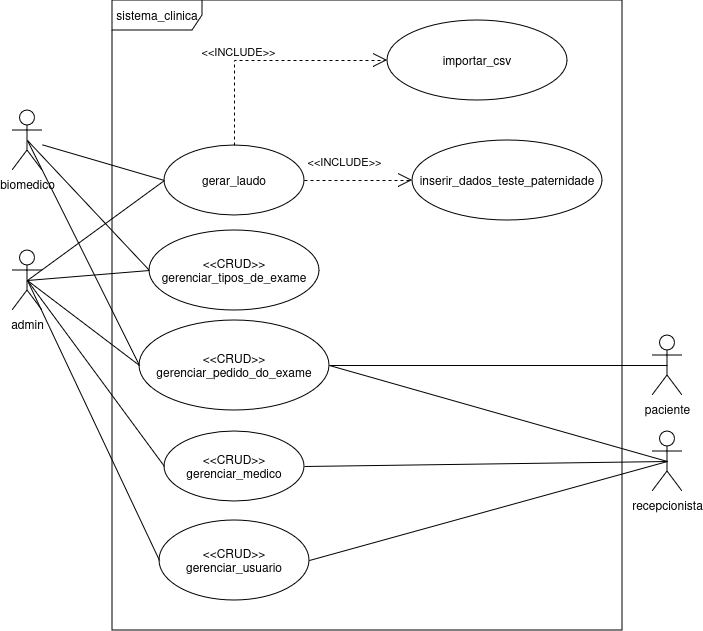
Earlier version of the draw.io export docs/img/diagramas/caso_de_uso.png (UniFil-NPI/ProjetoAnalisesClinicas). Source tidied: cells renumbered, new cells last; positions are measured from the earlier drawing's top-left corner, leaving out a move shared by most shapes. The source it was exported from:
```xml
<mxGraphModel background="#ffffff">
  <root>
    <mxCell id="0" />
    <mxCell id="1" parent="0" />
    <mxCell id="2" value="paciente" style="shape=umlActor;verticalLabelPosition=bottom;verticalAlign=top;html=1;labelBackgroundColor=none;shadow=0;" parent="1" vertex="1">
      <mxGeometry x="640" y="335" width="30" height="60" as="geometry" />
    </mxCell>
    <mxCell id="3" style="rounded=0;jettySize=auto;html=1;exitX=0.5;exitY=0.5;exitDx=0;exitDy=0;exitPerimeter=0;entryX=1;entryY=0.5;entryDx=0;entryDy=0;endArrow=none;endFill=0;" parent="1" edge="1" source="5" target="16">
      <mxGeometry relative="1" as="geometry" />
    </mxCell>
    <mxCell id="4" style="rounded=0;jettySize=auto;html=1;exitX=0.5;exitY=0.5;exitDx=0;exitDy=0;exitPerimeter=0;entryX=1;entryY=0.5;entryDx=0;entryDy=0;endArrow=none;endFill=0;" parent="1" edge="1" source="5" target="14">
      <mxGeometry relative="1" as="geometry" />
    </mxCell>
    <mxCell id="5" value="recepcionista" style="shape=umlActor;verticalLabelPosition=bottom;verticalAlign=top;html=1;" parent="1" vertex="1">
      <mxGeometry x="640" y="431" width="30" height="60" as="geometry" />
    </mxCell>
    <mxCell id="6" style="rounded=0;jettySize=auto;html=1;exitX=0.5;exitY=0.5;exitDx=0;exitDy=0;exitPerimeter=0;entryX=0;entryY=0.5;entryDx=0;entryDy=0;endArrow=none;endFill=0;" parent="1" edge="1" source="9" target="20">
      <mxGeometry relative="1" as="geometry" />
    </mxCell>
    <mxCell id="7" style="rounded=0;jettySize=auto;html=1;entryX=0;entryY=0.5;entryDx=0;entryDy=0;endArrow=none;endFill=0;startSize=0;jumpSize=0;endSize=0;exitX=0.5;exitY=0.5;exitDx=0;exitDy=0;exitPerimeter=0;" parent="1" edge="1" source="9" target="16">
      <mxGeometry relative="1" as="geometry" />
    </mxCell>
    <mxCell id="8" style="rounded=0;jettySize=auto;html=1;exitX=0.5;exitY=0.5;exitDx=0;exitDy=0;exitPerimeter=0;endArrow=none;endFill=0;entryX=0;entryY=0.5;entryDx=0;entryDy=0;" parent="1" edge="1" source="9" target="31">
      <mxGeometry relative="1" as="geometry" />
    </mxCell>
    <mxCell id="9" value="admin" style="shape=umlActor;verticalLabelPosition=bottom;verticalAlign=top;html=1;" parent="1" vertex="1">
      <mxGeometry y="250" width="30" height="60" as="geometry" />
    </mxCell>
    <mxCell id="10" style="rounded=0;jettySize=auto;html=1;entryX=0;entryY=0.5;entryDx=0;entryDy=0;endArrow=none;endFill=0;" parent="1" edge="1" source="12" target="20">
      <mxGeometry relative="1" as="geometry" />
    </mxCell>
    <mxCell id="11" style="rounded=0;jettySize=auto;html=1;exitX=0.5;exitY=0.5;exitDx=0;exitDy=0;exitPerimeter=0;entryX=0;entryY=0.5;entryDx=0;entryDy=0;endArrow=none;endFill=0;" parent="1" edge="1" source="12" target="31">
      <mxGeometry relative="1" as="geometry" />
    </mxCell>
    <mxCell id="12" value="biomedico" style="shape=umlActor;verticalLabelPosition=bottom;verticalAlign=top;html=1;" parent="1" vertex="1">
      <mxGeometry y="110" width="30" height="60" as="geometry" />
    </mxCell>
    <mxCell id="13" value="sistema_clinica" style="shape=umlFrame;whiteSpace=wrap;html=1;width=90;height=30;" parent="1" vertex="1">
      <mxGeometry x="100" width="510" height="630" as="geometry" />
    </mxCell>
    <mxCell id="14" value="&lt;div&gt;&amp;lt;&amp;lt;CRUD&amp;gt;&amp;gt;&lt;/div&gt;&lt;div&gt;gerenciar_medico&lt;br&gt;&lt;/div&gt;" style="ellipse;whiteSpace=wrap;html=1;" parent="1" vertex="1">
      <mxGeometry x="152" y="431" width="140" height="70" as="geometry" />
    </mxCell>
    <mxCell id="15" value="&lt;div&gt;&amp;lt;&amp;lt;CRUD&amp;gt;&amp;gt;&lt;/div&gt;&lt;div&gt;gerenciar_usuario&lt;br&gt;&lt;/div&gt;" style="ellipse;whiteSpace=wrap;html=1;" parent="1" vertex="1">
      <mxGeometry x="147" y="520" width="150" height="80" as="geometry" />
    </mxCell>
    <mxCell id="16" value="&amp;lt;&amp;lt;CRUD&amp;gt;&amp;gt;&lt;br&gt;gerenciar_pedido_do_exame" style="ellipse;whiteSpace=wrap;html=1;" parent="1" vertex="1">
      <mxGeometry x="127" y="320" width="190" height="90" as="geometry" />
    </mxCell>
    <mxCell id="17" value="&lt;div&gt;importar_csv&lt;/div&gt;" style="ellipse;whiteSpace=wrap;html=1;" parent="1" vertex="1">
      <mxGeometry x="375" y="20" width="180" height="80" as="geometry" />
    </mxCell>
    <mxCell id="18" style="edgeStyle=none;rounded=0;orthogonalLoop=1;jettySize=auto;html=1;exitX=0;exitY=1;exitDx=0;exitDy=0;" parent="1" edge="1">
      <mxGeometry relative="1" as="geometry">
        <mxPoint x="440.5" y="549.7" as="sourcePoint" />
        <mxPoint x="440" y="549.5" as="targetPoint" />
      </mxGeometry>
    </mxCell>
    <mxCell id="19" style="edgeStyle=none;rounded=0;orthogonalLoop=1;jettySize=auto;html=1;exitX=0;exitY=1;exitDx=0;exitDy=0;" parent="1" edge="1">
      <mxGeometry relative="1" as="geometry">
        <mxPoint x="440.5" y="549.7" as="sourcePoint" />
        <mxPoint x="440" y="549.5" as="targetPoint" />
      </mxGeometry>
    </mxCell>
    <mxCell id="20" value="gerar_laudo" style="ellipse;whiteSpace=wrap;html=1;" parent="1" vertex="1">
      <mxGeometry x="152" y="145" width="140" height="70" as="geometry" />
    </mxCell>
    <mxCell id="21" style="endArrow=none;html=1;rounded=0;exitX=0.5;exitY=0.5;exitDx=0;exitDy=0;exitPerimeter=0;entryX=1;entryY=0.5;entryDx=0;entryDy=0;" parent="1" edge="1" source="5" target="15">
      <mxGeometry relative="1" as="geometry" />
    </mxCell>
    <mxCell id="22" style="endArrow=none;html=1;rounded=0;exitX=0.5;exitY=0.5;exitDx=0;exitDy=0;exitPerimeter=0;entryX=0;entryY=0.5;entryDx=0;entryDy=0;" parent="1" edge="1" source="9" target="15">
      <mxGeometry relative="1" as="geometry" />
    </mxCell>
    <mxCell id="23" style="endArrow=none;html=1;rounded=0;exitX=0.5;exitY=0.5;exitDx=0;exitDy=0;exitPerimeter=0;entryX=0;entryY=0.5;entryDx=0;entryDy=0;" parent="1" edge="1" source="12" target="16">
      <mxGeometry relative="1" as="geometry" />
    </mxCell>
    <mxCell id="24" style="endArrow=none;html=1;rounded=0;exitX=0.5;exitY=0.5;exitDx=0;exitDy=0;exitPerimeter=0;entryX=1;entryY=0.5;entryDx=0;entryDy=0;" parent="1" edge="1" source="2" target="16">
      <mxGeometry relative="1" as="geometry" />
    </mxCell>
    <mxCell id="25" style="endArrow=none;html=1;rounded=0;exitX=0.5;exitY=0.5;exitDx=0;exitDy=0;exitPerimeter=0;entryX=0;entryY=0.5;entryDx=0;entryDy=0;" parent="1" edge="1" source="9" target="14">
      <mxGeometry relative="1" as="geometry" />
    </mxCell>
    <mxCell id="26" style="edgeStyle=orthogonalEdgeStyle;rounded=0;jettySize=auto;html=1;exitX=1;exitY=0.5;exitDx=0;exitDy=0;entryX=0;entryY=0.5;entryDx=0;entryDy=0;dashed=1;endArrow=open;endFill=0;endSize=12;" parent="1" edge="1" source="20" target="28">
      <mxGeometry relative="1" as="geometry" />
    </mxCell>
    <mxCell id="27" value="&amp;lt;&amp;lt;INCLUDE&amp;gt;&amp;gt;" style="edgeLabel;html=1;align=center;verticalAlign=middle;" parent="26" vertex="1">
      <mxGeometry x="-0.24" y="-2" relative="1" as="geometry">
        <mxPoint x="-2" y="-22" as="offset" />
      </mxGeometry>
    </mxCell>
    <mxCell id="28" value="&lt;div align=&quot;center&quot;&gt;inserir_dados_teste_paternidade&lt;/div&gt;" style="ellipse;whiteSpace=wrap;html=1;align=center;horizontal=1;verticalAlign=middle;" parent="1" vertex="1">
      <mxGeometry x="400" y="140" width="190" height="80" as="geometry" />
    </mxCell>
    <mxCell id="29" style="edgeStyle=orthogonalEdgeStyle;rounded=0;jettySize=auto;html=1;entryX=0;entryY=0.5;entryDx=0;entryDy=0;dashed=1;endArrow=open;endFill=0;endSize=12;exitX=0.5;exitY=0;exitDx=0;exitDy=0;" parent="1" edge="1" source="20" target="17">
      <mxGeometry relative="1" as="geometry" />
    </mxCell>
    <mxCell id="30" value="&amp;lt;&amp;lt;INCLUDE&amp;gt;&amp;gt;" style="edgeLabel;html=1;align=center;verticalAlign=middle;" parent="29" vertex="1">
      <mxGeometry x="-0.24" y="-2" relative="1" as="geometry">
        <mxPoint x="-2" y="-12" as="offset" />
      </mxGeometry>
    </mxCell>
    <mxCell id="31" value="&lt;div&gt;&amp;lt;&amp;lt;CRUD&amp;gt;&amp;gt;&lt;/div&gt;&lt;div&gt;gerenciar_tipos_de_exame&lt;br&gt;&lt;/div&gt;" style="ellipse;whiteSpace=wrap;html=1;" parent="1" vertex="1">
      <mxGeometry x="137" y="230" width="170" height="80" as="geometry" />
    </mxCell>
  </root>
</mxGraphModel>
```
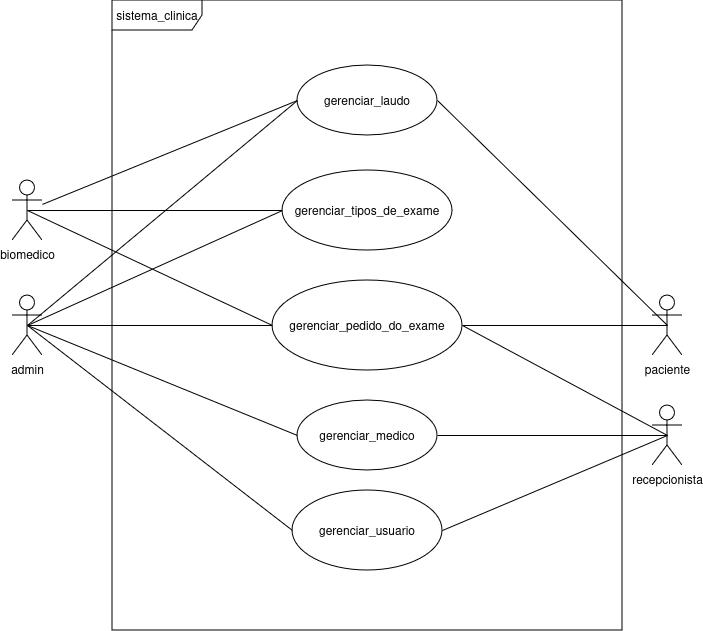
After the change.

The edit, as a diff of the source:
```diff
@@ -2,6 +2,9 @@
   <root>
     <mxCell id="0" />
     <mxCell id="1" parent="0" />
+    <mxCell id="32" style="rounded=0;jettySize=auto;html=1;exitX=0.5;exitY=0.5;exitDx=0;exitDy=0;exitPerimeter=0;entryX=1;entryY=0.5;entryDx=0;entryDy=0;endArrow=none;endFill=0;" parent="1" edge="1" source="2" target="20">
+      <mxGeometry relative="1" as="geometry" />
+    </mxCell>
     <mxCell id="2" value="paciente" style="shape=umlActor;verticalLabelPosition=bottom;verticalAlign=top;html=1;labelBackgroundColor=none;shadow=0;" parent="1" vertex="1">
       <mxGeometry x="640" y="335" width="30" height="60" as="geometry" />
     </mxCell>
@@ -12,7 +15,7 @@
       <mxGeometry relative="1" as="geometry" />
     </mxCell>
     <mxCell id="5" value="recepcionista" style="shape=umlActor;verticalLabelPosition=bottom;verticalAlign=top;html=1;" parent="1" vertex="1">
-      <mxGeometry x="640" y="431" width="30" height="60" as="geometry" />
+      <mxGeometry x="640" y="445" width="30" height="60" as="geometry" />
     </mxCell>
     <mxCell id="6" style="rounded=0;jettySize=auto;html=1;exitX=0.5;exitY=0.5;exitDx=0;exitDy=0;exitPerimeter=0;entryX=0;entryY=0.5;entryDx=0;entryDy=0;endArrow=none;endFill=0;" parent="1" edge="1" source="9" target="20">
       <mxGeometry relative="1" as="geometry" />
@@ -24,7 +27,7 @@
       <mxGeometry relative="1" as="geometry" />
     </mxCell>
     <mxCell id="9" value="admin" style="shape=umlActor;verticalLabelPosition=bottom;verticalAlign=top;html=1;" parent="1" vertex="1">
-      <mxGeometry y="250" width="30" height="60" as="geometry" />
+      <mxGeometry y="335" width="30" height="60" as="geometry" />
     </mxCell>
     <mxCell id="10" style="rounded=0;jettySize=auto;html=1;entryX=0;entryY=0.5;entryDx=0;entryDy=0;endArrow=none;endFill=0;" parent="1" edge="1" source="12" target="20">
       <mxGeometry relative="1" as="geometry" />
@@ -33,23 +36,20 @@
       <mxGeometry relative="1" as="geometry" />
     </mxCell>
     <mxCell id="12" value="biomedico" style="shape=umlActor;verticalLabelPosition=bottom;verticalAlign=top;html=1;" parent="1" vertex="1">
-      <mxGeometry y="110" width="30" height="60" as="geometry" />
+      <mxGeometry y="220" width="30" height="60" as="geometry" />
     </mxCell>
     <mxCell id="13" value="sistema_clinica" style="shape=umlFrame;whiteSpace=wrap;html=1;width=90;height=30;" parent="1" vertex="1">
-      <mxGeometry x="100" width="510" height="630" as="geometry" />
+      <mxGeometry x="100" y="40" width="510" height="630" as="geometry" />
     </mxCell>
-    <mxCell id="14" value="&lt;div&gt;&amp;lt;&amp;lt;CRUD&amp;gt;&amp;gt;&lt;/div&gt;&lt;div&gt;gerenciar_medico&lt;br&gt;&lt;/div&gt;" style="ellipse;whiteSpace=wrap;html=1;" parent="1" vertex="1">
-      <mxGeometry x="152" y="431" width="140" height="70" as="geometry" />
+    <mxCell id="14" value="&lt;div&gt;gerenciar_medico&lt;br&gt;&lt;/div&gt;" style="ellipse;whiteSpace=wrap;html=1;" parent="1" vertex="1">
+      <mxGeometry x="285" y="440" width="140" height="70" as="geometry" />
     </mxCell>
-    <mxCell id="15" value="&lt;div&gt;&amp;lt;&amp;lt;CRUD&amp;gt;&amp;gt;&lt;/div&gt;&lt;div&gt;gerenciar_usuario&lt;br&gt;&lt;/div&gt;" style="ellipse;whiteSpace=wrap;html=1;" parent="1" vertex="1">
-      <mxGeometry x="147" y="520" width="150" height="80" as="geometry" />
+    <mxCell id="15" value="&lt;div&gt;gerenciar_usuario&lt;br&gt;&lt;/div&gt;" style="ellipse;whiteSpace=wrap;html=1;" parent="1" vertex="1">
+      <mxGeometry x="280" y="530" width="150" height="80" as="geometry" />
     </mxCell>
-    <mxCell id="16" value="&amp;lt;&amp;lt;CRUD&amp;gt;&amp;gt;&lt;br&gt;gerenciar_pedido_do_exame" style="ellipse;whiteSpace=wrap;html=1;" parent="1" vertex="1">
-      <mxGeometry x="127" y="320" width="190" height="90" as="geometry" />
+    <mxCell id="16" value="gerenciar_pedido_do_exame" style="ellipse;whiteSpace=wrap;html=1;" parent="1" vertex="1">
+      <mxGeometry x="260" y="320" width="190" height="90" as="geometry" />
     </mxCell>
-    <mxCell id="17" value="&lt;div&gt;importar_csv&lt;/div&gt;" style="ellipse;whiteSpace=wrap;html=1;" parent="1" vertex="1">
-      <mxGeometry x="375" y="20" width="180" height="80" as="geometry" />
-    </mxCell>
     <mxCell id="18" style="edgeStyle=none;rounded=0;orthogonalLoop=1;jettySize=auto;html=1;exitX=0;exitY=1;exitDx=0;exitDy=0;" parent="1" edge="1">
       <mxGeometry relative="1" as="geometry">
         <mxPoint x="440.5" y="549.7" as="sourcePoint" />
@@ -62,8 +62,8 @@
         <mxPoint x="440" y="549.5" as="targetPoint" />
       </mxGeometry>
     </mxCell>
-    <mxCell id="20" value="gerar_laudo" style="ellipse;whiteSpace=wrap;html=1;" parent="1" vertex="1">
-      <mxGeometry x="152" y="145" width="140" height="70" as="geometry" />
+    <mxCell id="20" value="&lt;div&gt;gerenciar_laudo&lt;/div&gt;" style="ellipse;whiteSpace=wrap;html=1;" parent="1" vertex="1">
+      <mxGeometry x="285" y="105" width="140" height="70" as="geometry" />
     </mxCell>
     <mxCell id="21" style="endArrow=none;html=1;rounded=0;exitX=0.5;exitY=0.5;exitDx=0;exitDy=0;exitPerimeter=0;entryX=1;entryY=0.5;entryDx=0;entryDy=0;" parent="1" edge="1" source="5" target="15">
       <mxGeometry relative="1" as="geometry" />
@@ -80,27 +80,8 @@
     <mxCell id="25" style="endArrow=none;html=1;rounded=0;exitX=0.5;exitY=0.5;exitDx=0;exitDy=0;exitPerimeter=0;entryX=0;entryY=0.5;entryDx=0;entryDy=0;" parent="1" edge="1" source="9" target="14">
       <mxGeometry relative="1" as="geometry" />
     </mxCell>
-    <mxCell id="26" style="edgeStyle=orthogonalEdgeStyle;rounded=0;jettySize=auto;html=1;exitX=1;exitY=0.5;exitDx=0;exitDy=0;entryX=0;entryY=0.5;entryDx=0;entryDy=0;dashed=1;endArrow=open;endFill=0;endSize=12;" parent="1" edge="1" source="20" target="28">
-      <mxGeometry relative="1" as="geometry" />
-    </mxCell>
-    <mxCell id="27" value="&amp;lt;&amp;lt;INCLUDE&amp;gt;&amp;gt;" style="edgeLabel;html=1;align=center;verticalAlign=middle;" parent="26" vertex="1">
-      <mxGeometry x="-0.24" y="-2" relative="1" as="geometry">
-        <mxPoint x="-2" y="-22" as="offset" />
-      </mxGeometry>
-    </mxCell>
-    <mxCell id="28" value="&lt;div align=&quot;center&quot;&gt;inserir_dados_teste_paternidade&lt;/div&gt;" style="ellipse;whiteSpace=wrap;html=1;align=center;horizontal=1;verticalAlign=middle;" parent="1" vertex="1">
-      <mxGeometry x="400" y="140" width="190" height="80" as="geometry" />
-    </mxCell>
-    <mxCell id="29" style="edgeStyle=orthogonalEdgeStyle;rounded=0;jettySize=auto;html=1;entryX=0;entryY=0.5;entryDx=0;entryDy=0;dashed=1;endArrow=open;endFill=0;endSize=12;exitX=0.5;exitY=0;exitDx=0;exitDy=0;" parent="1" edge="1" source="20" target="17">
-      <mxGeometry relative="1" as="geometry" />
-    </mxCell>
-    <mxCell id="30" value="&amp;lt;&amp;lt;INCLUDE&amp;gt;&amp;gt;" style="edgeLabel;html=1;align=center;verticalAlign=middle;" parent="29" vertex="1">
-      <mxGeometry x="-0.24" y="-2" relative="1" as="geometry">
-        <mxPoint x="-2" y="-12" as="offset" />
-      </mxGeometry>
-    </mxCell>
-    <mxCell id="31" value="&lt;div&gt;&amp;lt;&amp;lt;CRUD&amp;gt;&amp;gt;&lt;/div&gt;&lt;div&gt;gerenciar_tipos_de_exame&lt;br&gt;&lt;/div&gt;" style="ellipse;whiteSpace=wrap;html=1;" parent="1" vertex="1">
-      <mxGeometry x="137" y="230" width="170" height="80" as="geometry" />
+    <mxCell id="31" value="&lt;div&gt;gerenciar_tipos_de_exame&lt;br&gt;&lt;/div&gt;" style="ellipse;whiteSpace=wrap;html=1;" parent="1" vertex="1">
+      <mxGeometry x="270" y="210" width="170" height="80" as="geometry" />
     </mxCell>
   </root>
 </mxGraphModel>
```
